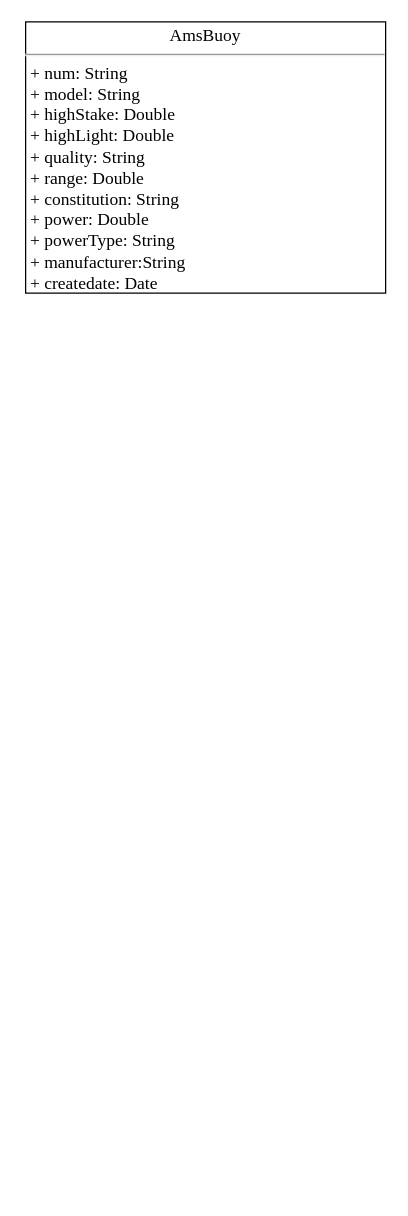
Before: page "Page-5" (4 of 6) of Untitled Diagram.drawio in 152056212/OS, a draw.io diagram. Source tidied: cells renumbered, new cells numbered last; positions are measured from the earlier drawing's top-left corner, leaving out a move shared by most shapes. Both pictures are drawn from the tidied source at 125%, with x=0, y=0 at pixel (25, 21).
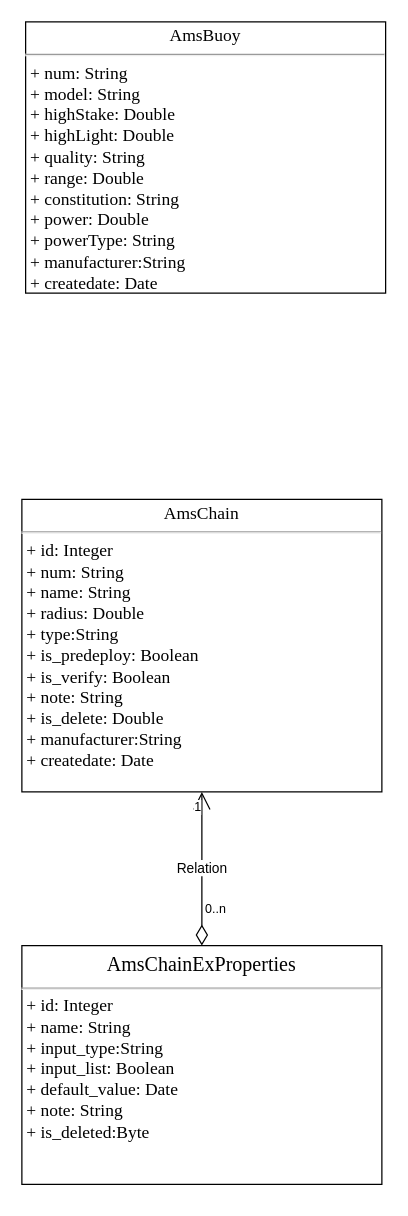
After the change.

Change to the diagram source:
```diff
@@
 <mxGraphModel>
   <root>
     <mxCell id="0" />
     <mxCell id="1" parent="0" />
     <mxCell id="2" value="&lt;p style=&quot;margin: 4px 0px 0px ; text-align: center&quot;&gt;&lt;span lang=&quot;EN-US&quot;&gt;&lt;font style=&quot;font-size: 14px&quot;&gt;AmsBuoy&lt;/font&gt;&lt;/span&gt;&lt;br&gt;&lt;/p&gt;&lt;hr style=&quot;font-size: 11px&quot;&gt;&lt;p style=&quot;margin: 0px 0px 0px 4px ; font-size: 14px&quot;&gt;&lt;font style=&quot;font-size: 14px&quot;&gt;+ num: String&lt;/font&gt;&lt;/p&gt;&lt;p style=&quot;margin: 0px 0px 0px 4px ; font-size: 14px&quot;&gt;&lt;font style=&quot;font-size: 14px&quot;&gt;+ model: String&lt;br&gt;&lt;/font&gt;&lt;/p&gt;&lt;p style=&quot;margin: 0px 0px 0px 4px ; font-size: 14px&quot;&gt;&lt;font style=&quot;font-size: 14px&quot;&gt;+ highStake: Double&lt;br&gt;&lt;/font&gt;&lt;/p&gt;&lt;p style=&quot;margin: 0px 0px 0px 4px ; font-size: 14px&quot;&gt;&lt;font style=&quot;font-size: 14px&quot;&gt;+ highLight: Double&lt;/font&gt;&lt;/p&gt;&lt;p style=&quot;margin: 0px 0px 0px 4px ; font-size: 14px&quot;&gt;&lt;font style=&quot;font-size: 14px&quot;&gt;+ quality: String&lt;br&gt;&lt;/font&gt;&lt;/p&gt;&lt;p style=&quot;margin: 0px 0px 0px 4px ; font-size: 14px&quot;&gt;&lt;font style=&quot;font-size: 14px&quot;&gt;+ range: Double&lt;br&gt;&lt;/font&gt;&lt;/p&gt;&lt;p style=&quot;margin: 0px 0px 0px 4px ; font-size: 14px&quot;&gt;&lt;font style=&quot;font-size: 14px&quot;&gt;+ constitution: String&lt;br&gt;&lt;/font&gt;&lt;/p&gt;&lt;p style=&quot;margin: 0px 0px 0px 4px ; font-size: 14px&quot;&gt;&lt;font style=&quot;font-size: 14px&quot;&gt;+ power: Double&lt;br&gt;&lt;/font&gt;&lt;/p&gt;&lt;p style=&quot;margin: 0px 0px 0px 4px ; font-size: 14px&quot;&gt;&lt;font style=&quot;font-size: 14px&quot;&gt;+ powerType: String&lt;br&gt;&lt;/font&gt;&lt;/p&gt;&lt;p style=&quot;margin: 0px 0px 0px 4px ; font-size: 14px&quot;&gt;&lt;font style=&quot;font-size: 14px&quot;&gt;+ manufacturer:String&lt;br&gt;&lt;/font&gt;&lt;/p&gt;&lt;p style=&quot;margin: 0px 0px 0px 4px ; font-size: 14px&quot;&gt;&lt;font style=&quot;font-size: 14px&quot;&gt;+ createdate: Date&lt;/font&gt;&lt;/p&gt;&lt;hr style=&quot;font-size: 11px&quot;&gt;&lt;p style=&quot;margin: 0px 0px 0px 4px ; font-size: 11px&quot;&gt;&lt;br&gt;&lt;/p&gt;" style="verticalAlign=top;align=left;overflow=fill;fontSize=10.5;fontFamily=Times new Roman;html=1;strokeWidth=1;" parent="1" vertex="1">
       <mxGeometry width="288" height="217" as="geometry" />
     </mxCell>
+    <mxCell id="3" value="&lt;p style=&quot;margin: 4px 0px 0px ; text-align: center&quot;&gt;&lt;span lang=&quot;EN-US&quot;&gt;&lt;font style=&quot;font-size: 14px&quot;&gt;AmsChain&lt;/font&gt;&lt;/span&gt;&lt;br&gt;&lt;/p&gt;&lt;hr style=&quot;font-size: 11px&quot;&gt;&lt;p style=&quot;margin: 0px 0px 0px 4px ; font-size: 14px&quot;&gt;&lt;font style=&quot;font-size: 14px&quot;&gt;+ id: Integer&lt;br&gt;&lt;/font&gt;&lt;/p&gt;&lt;p style=&quot;margin: 0px 0px 0px 4px ; font-size: 14px&quot;&gt;&lt;font style=&quot;font-size: 14px&quot;&gt;+ num: String&lt;/font&gt;&lt;/p&gt;&lt;p style=&quot;margin: 0px 0px 0px 4px ; font-size: 14px&quot;&gt;&lt;font style=&quot;font-size: 14px&quot;&gt;+ name: String&lt;br&gt;&lt;/font&gt;&lt;/p&gt;&lt;p style=&quot;margin: 0px 0px 0px 4px ; font-size: 14px&quot;&gt;&lt;font style=&quot;font-size: 14px&quot;&gt;+ radius: Double&lt;/font&gt;&lt;/p&gt;&lt;p style=&quot;margin: 0px 0px 0px 4px ; font-size: 14px&quot;&gt;&lt;font style=&quot;font-size: 14px&quot;&gt;+ type:String&lt;/font&gt;&lt;/p&gt;&lt;p style=&quot;margin: 0px 0px 0px 4px ; font-size: 14px&quot;&gt;&lt;font style=&quot;font-size: 14px&quot;&gt;+ is_predeploy: Boolean&lt;/font&gt;&lt;/p&gt;&lt;p style=&quot;margin: 0px 0px 0px 4px ; font-size: 14px&quot;&gt;&lt;font style=&quot;font-size: 14px&quot;&gt;+ is_verify: Boolean&lt;br&gt;&lt;/font&gt;&lt;/p&gt;&lt;p style=&quot;margin: 0px 0px 0px 4px ; font-size: 14px&quot;&gt;&lt;font style=&quot;font-size: 14px&quot;&gt;+ note: String&lt;br&gt;&lt;/font&gt;&lt;/p&gt;&lt;p style=&quot;margin: 0px 0px 0px 4px ; font-size: 14px&quot;&gt;&lt;font style=&quot;font-size: 14px&quot;&gt;+ is_delete: Double&lt;/font&gt;&lt;/p&gt;&lt;p style=&quot;margin: 0px 0px 0px 4px ; font-size: 14px&quot;&gt;&lt;font style=&quot;font-size: 14px&quot;&gt;+ manufacturer:String&lt;br&gt;&lt;/font&gt;&lt;/p&gt;&lt;p style=&quot;margin: 0px 0px 0px 4px ; font-size: 14px&quot;&gt;&lt;font style=&quot;font-size: 14px&quot;&gt;+ createdate: Date&lt;/font&gt;&lt;/p&gt;&lt;p style=&quot;margin: 0px 0px 0px 4px ; font-size: 14px&quot;&gt;&lt;font style=&quot;font-size: 14px&quot;&gt;&lt;br&gt;&lt;/font&gt;&lt;/p&gt;&lt;p style=&quot;margin: 0px 0px 0px 4px ; font-size: 14px&quot;&gt;&lt;font style=&quot;font-size: 14px&quot;&gt;&lt;br&gt;&lt;/font&gt;&lt;/p&gt;&lt;p style=&quot;margin: 0px 0px 0px 4px ; font-size: 14px&quot;&gt;&lt;font style=&quot;font-size: 14px&quot;&gt;&lt;br&gt;&lt;/font&gt;&lt;/p&gt;&lt;hr style=&quot;font-size: 11px&quot;&gt;&lt;p style=&quot;margin: 0px 0px 0px 4px ; font-size: 11px&quot;&gt;&lt;br&gt;&lt;/p&gt;" style="verticalAlign=top;align=left;overflow=fill;fontSize=10.5;fontFamily=Times new Roman;html=1;strokeWidth=1;" parent="1" vertex="1">
+      <mxGeometry x="-3" y="382" width="288" height="234" as="geometry" />
+    </mxCell>
+    <mxCell id="4" style="edgeStyle=orthogonalEdgeStyle;rounded=0;orthogonalLoop=1;jettySize=auto;html=1;exitX=0.5;exitY=1;exitDx=0;exitDy=0;" parent="1" edge="1" source="3" target="3">
+      <mxGeometry relative="1" as="geometry" />
+    </mxCell>
+    <mxCell id="5" value="&lt;p style=&quot;margin: 4px 0px 0px ; text-align: center&quot;&gt;&lt;span lang=&quot;EN-US&quot; style=&quot;font-size: 12pt ; line-height: 150% ; font-family: &amp;#34;times new roman&amp;#34; , serif&quot;&gt;AmsChainExProperties&lt;/span&gt;&lt;br&gt;&lt;/p&gt;&lt;hr style=&quot;font-size: 11px&quot;&gt;&lt;p style=&quot;margin: 0px 0px 0px 4px ; font-size: 14px&quot;&gt;&lt;font style=&quot;font-size: 14px&quot;&gt;+ id: Integer&lt;/font&gt;&lt;/p&gt;&lt;p style=&quot;margin: 0px 0px 0px 4px ; font-size: 14px&quot;&gt;&lt;font style=&quot;font-size: 14px&quot;&gt;+ name: String&lt;/font&gt;&lt;/p&gt;&lt;p style=&quot;margin: 0px 0px 0px 4px ; font-size: 14px&quot;&gt;&lt;font style=&quot;font-size: 14px&quot;&gt;+ input_type:String&lt;/font&gt;&lt;/p&gt;&lt;p style=&quot;margin: 0px 0px 0px 4px ; font-size: 14px&quot;&gt;&lt;font style=&quot;font-size: 14px&quot;&gt;+ input_list: Boolean&lt;/font&gt;&lt;/p&gt;&lt;p style=&quot;margin: 0px 0px 0px 4px ; font-size: 14px&quot;&gt;&lt;font style=&quot;font-size: 14px&quot;&gt;+ default_value: Date&lt;/font&gt;&lt;/p&gt;&lt;p style=&quot;margin: 0px 0px 0px 4px ; font-size: 14px&quot;&gt;&lt;font style=&quot;font-size: 14px&quot;&gt;+ note: String&lt;br&gt;&lt;/font&gt;&lt;/p&gt;&lt;p style=&quot;margin: 0px 0px 0px 4px ; font-size: 14px&quot;&gt;+ is_deleted:Byte&lt;/p&gt;&lt;p style=&quot;margin: 0px 0px 0px 4px ; font-size: 14px&quot;&gt;&lt;font style=&quot;font-size: 14px&quot;&gt;&lt;br&gt;&lt;/font&gt;&lt;/p&gt;&lt;p style=&quot;margin: 0px 0px 0px 4px ; font-size: 14px&quot;&gt;&lt;font style=&quot;font-size: 14px&quot;&gt;&lt;br&gt;&lt;/font&gt;&lt;/p&gt;&lt;hr style=&quot;font-size: 11px&quot;&gt;&lt;p style=&quot;margin: 0px 0px 0px 4px ; font-size: 11px&quot;&gt;&lt;br&gt;&lt;/p&gt;" style="verticalAlign=top;align=left;overflow=fill;fontSize=10.5;fontFamily=Times new Roman;html=1;strokeWidth=1;" parent="1" vertex="1">
+      <mxGeometry x="-3" y="739" width="288" height="191" as="geometry" />
+    </mxCell>
+    <mxCell id="6" style="edgeStyle=orthogonalEdgeStyle;rounded=0;orthogonalLoop=1;jettySize=auto;html=1;exitX=0.5;exitY=1;exitDx=0;exitDy=0;" parent="1" edge="1" source="5" target="5">
+      <mxGeometry relative="1" as="geometry" />
+    </mxCell>
+    <mxCell id="7" value="Relation" style="endArrow=open;html=1;endSize=12;startArrow=diamondThin;startSize=14;startFill=0;edgeStyle=orthogonalEdgeStyle;entryX=0.5;entryY=1;entryDx=0;entryDy=0;exitX=0.5;exitY=0;exitDx=0;exitDy=0;" parent="1" edge="1" source="5" target="3">
+      <mxGeometry relative="1" as="geometry" />
+    </mxCell>
+    <mxCell id="8" value="0..n" style="html=1;align=left;verticalAlign=top;labelBackgroundColor=#ffffff;fontSize=10;" parent="7" vertex="1">
+      <mxGeometry x="-1" relative="1" as="geometry">
+        <mxPoint x="1" y="-42" as="offset" />
+      </mxGeometry>
+    </mxCell>
+    <mxCell id="9" value="1" style="html=1;align=right;verticalAlign=top;labelBackgroundColor=#ffffff;fontSize=10;" parent="7" vertex="1">
+      <mxGeometry x="1" relative="1" as="geometry" />
+    </mxCell>
   </root>
 </mxGraphModel>
```
